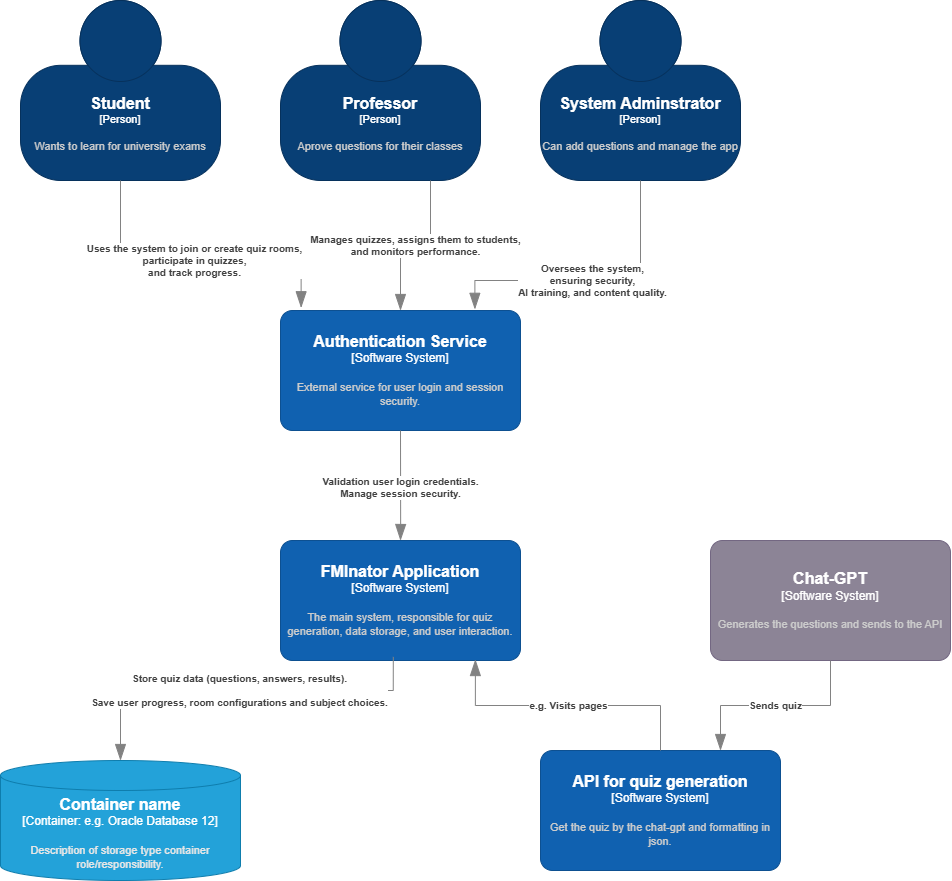
Above: Backlog/system-diagram.drawio.png in sirbuig/FMINATORUL (draw.io), before the change. Source tidied: cells renumbered, new cells last; positions are measured from the earlier drawing's top-left corner, leaving out a move shared by most shapes.
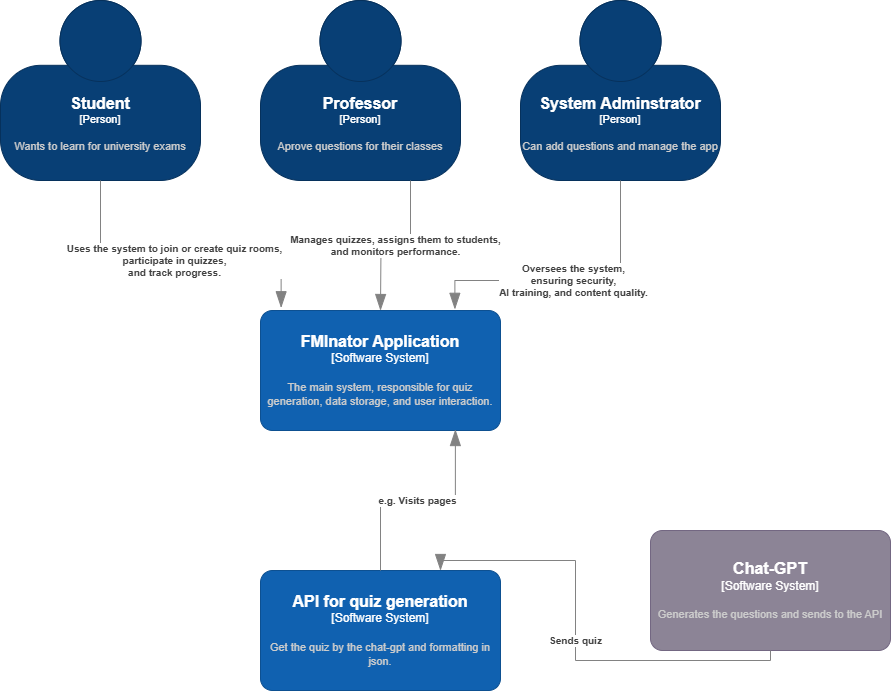
The same file after the commit.

Commit message:
Added all the diagrams for the project (#16)

The edit, as a diff of the source:
```diff
@@ -17,19 +17,17 @@
         <mxGeometry x="540" width="200" height="180" as="geometry" />
       </mxCell>
     </object>
-    <object id="5" label="&lt;font style=&quot;font-size: 16px&quot;&gt;&lt;b&gt;%c4Name%&lt;/b&gt;&lt;/font&gt;&lt;div&gt;[%c4Type%]&lt;/div&gt;&lt;br&gt;&lt;div&gt;&lt;font style=&quot;font-size: 11px&quot;&gt;&lt;font color=&quot;#cccccc&quot;&gt;%c4Description%&lt;/font&gt;&lt;/div&gt;" c4Description="External service for user login and session security." c4Name="Authentication Service" c4Type="Software System" placeholders="1">
-      <mxCell style="rounded=1;whiteSpace=wrap;html=1;labelBackgroundColor=none;fillColor=#1061B0;fontColor=#ffffff;align=center;arcSize=10;strokeColor=#0D5091;points=[[0.25,0,0],[0.5,0,0],[0.75,0,0],[1,0.25,0],[1,0.5,0],[1,0.75,0],[0.75,1,0],[0.5,1,0],[0.25,1,0],[0,0.75,0],[0,0.5,0],[0,0.25,0]];" parent="1" vertex="1">
-        <mxGeometry x="280" y="310" width="240" height="120" as="geometry" />
-      </mxCell>
-    </object>
     <object id="6" label="&lt;div style=&quot;text-align: left&quot;&gt;&lt;div style=&quot;text-align: center&quot;&gt;&lt;b&gt;%c4Description%&lt;/b&gt;&lt;/div&gt;" c4Description="Manages quizzes, assigns them to students, &#10;and monitors performance." c4Type="Relationship" placeholders="1">
-      <mxCell style="endArrow=blockThin;html=1;fontSize=10;fontColor=#404040;strokeWidth=1;endFill=1;strokeColor=#828282;elbow=vertical;endSize=14;startSize=14;jumpStyle=arc;jumpSize=16;rounded=0;edgeStyle=orthogonalEdgeStyle;exitX=0.75;exitY=1;exitDx=0;exitDy=0;exitPerimeter=0;entryX=0.5;entryY=0;entryDx=0;entryDy=0;entryPerimeter=0;" parent="1" edge="1" source="3" target="5">
-        <mxGeometry relative="1" as="geometry" />
+      <mxCell style="endArrow=blockThin;html=1;fontSize=10;fontColor=#404040;strokeWidth=1;endFill=1;strokeColor=#828282;elbow=vertical;endSize=14;startSize=14;jumpStyle=arc;jumpSize=16;rounded=0;edgeStyle=orthogonalEdgeStyle;exitX=0.75;exitY=1;exitDx=0;exitDy=0;exitPerimeter=0;entryX=0.5;entryY=0;entryDx=0;entryDy=0;entryPerimeter=0;" parent="1" edge="1" source="3">
+        <mxGeometry relative="1" as="geometry">
+          <mxPoint x="400" y="310" as="targetPoint" />
+        </mxGeometry>
       </mxCell>
     </object>
     <object id="7" label="&lt;div style=&quot;text-align: left&quot;&gt;&lt;div style=&quot;text-align: center&quot;&gt;&lt;b&gt;%c4Description%&lt;/b&gt;&lt;/div&gt;" c4Description=" Uses the system to join or create quiz rooms, &#10;participate in quizzes, &#10;and track progress." c4Type="Relationship" placeholders="1">
-      <mxCell style="endArrow=blockThin;html=1;fontSize=10;fontColor=#404040;strokeWidth=1;endFill=1;strokeColor=#828282;elbow=vertical;endSize=14;startSize=14;jumpStyle=arc;jumpSize=16;rounded=0;edgeStyle=orthogonalEdgeStyle;exitX=0.5;exitY=1;exitDx=0;exitDy=0;exitPerimeter=0;entryX=0.086;entryY=-0.023;entryDx=0;entryDy=0;entryPerimeter=0;" parent="1" edge="1" source="2" target="5">
+      <mxCell style="endArrow=blockThin;html=1;fontSize=10;fontColor=#404040;strokeWidth=1;endFill=1;strokeColor=#828282;elbow=vertical;endSize=14;startSize=14;jumpStyle=arc;jumpSize=16;rounded=0;edgeStyle=orthogonalEdgeStyle;exitX=0.5;exitY=1;exitDx=0;exitDy=0;exitPerimeter=0;entryX=0.086;entryY=-0.023;entryDx=0;entryDy=0;entryPerimeter=0;" parent="1" edge="1" source="2">
         <mxGeometry relative="1" as="geometry">
+          <mxPoint x="300.6" y="307.2" as="targetPoint" />
           <Array as="points">
             <mxPoint x="120" y="260" />
             <mxPoint x="301" y="260" />
@@ -38,8 +36,9 @@
       </mxCell>
     </object>
     <object id="8" label="&lt;div style=&quot;text-align: left&quot;&gt;&lt;div style=&quot;text-align: center&quot;&gt;&lt;b&gt;%c4Description%&lt;/b&gt;&lt;/div&gt;" c4Description="Oversees the system, &#10;ensuring security,&#10; AI training, and content quality." c4Type="Relationship" placeholders="1">
-      <mxCell style="endArrow=blockThin;html=1;fontSize=10;fontColor=#404040;strokeWidth=1;endFill=1;strokeColor=#828282;elbow=vertical;endSize=14;startSize=14;jumpStyle=arc;jumpSize=16;rounded=0;edgeStyle=orthogonalEdgeStyle;exitX=0.5;exitY=1;exitDx=0;exitDy=0;exitPerimeter=0;entryX=0.81;entryY=-0.01;entryDx=0;entryDy=0;entryPerimeter=0;" parent="1" edge="1" source="4" target="5">
+      <mxCell style="endArrow=blockThin;html=1;fontSize=10;fontColor=#404040;strokeWidth=1;endFill=1;strokeColor=#828282;elbow=vertical;endSize=14;startSize=14;jumpStyle=arc;jumpSize=16;rounded=0;edgeStyle=orthogonalEdgeStyle;exitX=0.5;exitY=1;exitDx=0;exitDy=0;exitPerimeter=0;entryX=0.81;entryY=-0.01;entryDx=0;entryDy=0;entryPerimeter=0;" parent="1" edge="1" source="4">
         <mxGeometry relative="1" as="geometry">
+          <mxPoint x="474.4" y="308.8" as="targetPoint" />
           <Array as="points">
             <mxPoint x="640" y="280" />
             <mxPoint x="474" y="280" />
@@ -47,47 +46,29 @@
         </mxGeometry>
       </mxCell>
     </object>
-    <object id="9" label="&lt;div style=&quot;text-align: left&quot;&gt;&lt;div style=&quot;text-align: center&quot;&gt;&lt;b&gt;%c4Description%&lt;/b&gt;&lt;/div&gt;" c4Description="Validation user login credentials. &#10;Manage session security." c4Type="Relationship" placeholders="1">
-      <mxCell style="endArrow=blockThin;html=1;fontSize=10;fontColor=#404040;strokeWidth=1;endFill=1;strokeColor=#828282;elbow=vertical;endSize=14;startSize=14;jumpStyle=arc;jumpSize=16;rounded=0;edgeStyle=orthogonalEdgeStyle;" parent="1" edge="1" target="10">
-        <mxGeometry x="0.02" relative="1" as="geometry">
-          <mxPoint x="400" y="430" as="sourcePoint" />
-          <mxPoint y="1" as="offset" />
-        </mxGeometry>
-      </mxCell>
-    </object>
     <object id="10" label="&lt;font style=&quot;font-size: 16px&quot;&gt;&lt;b&gt;%c4Name%&lt;/b&gt;&lt;/font&gt;&lt;div&gt;[%c4Type%]&lt;/div&gt;&lt;br&gt;&lt;div&gt;&lt;font style=&quot;font-size: 11px&quot;&gt;&lt;font color=&quot;#cccccc&quot;&gt;%c4Description%&lt;/font&gt;&lt;/div&gt;" c4Description="The main system, responsible for quiz generation, data storage, and user interaction." c4Name="FMInator Application" c4Type="Software System" placeholders="1">
       <mxCell style="rounded=1;whiteSpace=wrap;html=1;labelBackgroundColor=none;fillColor=#1061B0;fontColor=#ffffff;align=center;arcSize=10;strokeColor=#0D5091;points=[[0.25,0,0],[0.5,0,0],[0.75,0,0],[1,0.25,0],[1,0.5,0],[1,0.75,0],[0.75,1,0],[0.5,1,0],[0.25,1,0],[0,0.75,0],[0,0.5,0],[0,0.25,0]];" parent="1" vertex="1">
-        <mxGeometry x="280" y="540" width="240" height="120" as="geometry" />
+        <mxGeometry x="280" y="310" width="240" height="120" as="geometry" />
       </mxCell>
     </object>
-    <object id="11" label="&lt;font style=&quot;font-size: 16px&quot;&gt;&lt;b&gt;%c4Name%&lt;/b&gt;&lt;/font&gt;&lt;div&gt;[%c4Type%:&amp;nbsp;%c4Technology%]&lt;/div&gt;&lt;br&gt;&lt;div&gt;&lt;font style=&quot;font-size: 11px&quot;&gt;&lt;font color=&quot;#E6E6E6&quot;&gt;%c4Description%&lt;/font&gt;&lt;/div&gt;" c4Description="Description of storage type container role/responsibility." c4Name="Container name" c4Technology="e.g. Oracle Database 12" c4Type="Container" placeholders="1">
-      <mxCell style="shape=cylinder3;size=15;whiteSpace=wrap;html=1;boundedLbl=1;rounded=0;labelBackgroundColor=none;fillColor=#23A2D9;fontSize=12;fontColor=#ffffff;align=center;strokeColor=#0E7DAD;points=[[0.5,0,0],[1,0.25,0],[1,0.5,0],[1,0.75,0],[0.5,1,0],[0,0.75,0],[0,0.5,0],[0,0.25,0]];" parent="1" vertex="1">
-        <mxGeometry y="760" width="240" height="120" as="geometry" />
-      </mxCell>
-    </object>
-    <object id="12" label="&lt;div style=&quot;text-align: left&quot;&gt;&lt;div style=&quot;text-align: center&quot;&gt;&lt;b&gt;%c4Description%&lt;/b&gt;&lt;/div&gt;" c4Description="Store quiz data (questions, answers, results).&#10;&#10;Save user progress, room configurations and subject choices." c4Type="Relationship" placeholders="1">
-      <mxCell style="endArrow=blockThin;html=1;fontSize=10;fontColor=#404040;strokeWidth=1;endFill=1;strokeColor=#828282;elbow=vertical;endSize=14;startSize=14;jumpStyle=arc;jumpSize=16;rounded=0;edgeStyle=orthogonalEdgeStyle;exitX=0.47;exitY=0.97;exitDx=0;exitDy=0;exitPerimeter=0;entryX=0.5;entryY=0;entryDx=0;entryDy=0;entryPerimeter=0;" parent="1" edge="1" source="10" target="11">
-        <mxGeometry relative="1" as="geometry">
-          <Array as="points">
-            <mxPoint x="393" y="690" />
-            <mxPoint x="120" y="690" />
-          </Array>
-        </mxGeometry>
-      </mxCell>
-    </object>
     <object id="13" label="&lt;font style=&quot;font-size: 16px&quot;&gt;&lt;b&gt;%c4Name%&lt;/b&gt;&lt;/font&gt;&lt;div&gt;[%c4Type%]&lt;/div&gt;&lt;br&gt;&lt;div&gt;&lt;font style=&quot;font-size: 11px&quot;&gt;&lt;font color=&quot;#cccccc&quot;&gt;%c4Description%&lt;/font&gt;&lt;/div&gt;" c4Description="Get the quiz by the chat-gpt and formatting in json. " c4Name="API for quiz generation" c4Type="Software System" placeholders="1">
       <mxCell style="rounded=1;whiteSpace=wrap;html=1;labelBackgroundColor=none;fillColor=#1061B0;fontColor=#ffffff;align=center;arcSize=10;strokeColor=#0D5091;points=[[0.25,0,0],[0.5,0,0],[0.75,0,0],[1,0.25,0],[1,0.5,0],[1,0.75,0],[0.75,1,0],[0.5,1,0],[0.25,1,0],[0,0.75,0],[0,0.5,0],[0,0.25,0]];" parent="1" vertex="1">
-        <mxGeometry x="540" y="750" width="240" height="120" as="geometry" />
+        <mxGeometry x="280" y="570" width="240" height="120" as="geometry" />
       </mxCell>
     </object>
     <object id="14" label="&lt;div style=&quot;text-align: left&quot;&gt;&lt;div style=&quot;text-align: center&quot;&gt;&lt;b&gt;%c4Description%&lt;/b&gt;&lt;/div&gt;" c4Description="e.g. Visits pages" c4Type="Relationship" placeholders="1">
       <mxCell style="endArrow=blockThin;html=1;fontSize=10;fontColor=#404040;strokeWidth=1;endFill=1;strokeColor=#828282;elbow=vertical;endSize=14;startSize=14;jumpStyle=arc;jumpSize=16;rounded=0;edgeStyle=orthogonalEdgeStyle;exitX=0.5;exitY=0;exitDx=0;exitDy=0;exitPerimeter=0;entryX=0.812;entryY=0.992;entryDx=0;entryDy=0;entryPerimeter=0;" parent="1" edge="1" source="13" target="10">
-        <mxGeometry relative="1" as="geometry" />
+        <mxGeometry relative="1" as="geometry">
+          <Array as="points">
+            <mxPoint x="400" y="500" />
+            <mxPoint x="475" y="500" />
+          </Array>
+        </mxGeometry>
       </mxCell>
     </object>
     <object id="15" label="&lt;font style=&quot;font-size: 16px&quot;&gt;&lt;b&gt;%c4Name%&lt;/b&gt;&lt;/font&gt;&lt;div&gt;[%c4Type%]&lt;/div&gt;&lt;br&gt;&lt;div&gt;&lt;font style=&quot;font-size: 11px&quot;&gt;&lt;font color=&quot;#cccccc&quot;&gt;%c4Description%&lt;/font&gt;&lt;/div&gt;" c4Description="Generates the questions and sends to the API" c4Name="Chat-GPT" c4Type="Software System" placeholders="1">
       <mxCell style="rounded=1;whiteSpace=wrap;html=1;labelBackgroundColor=none;fillColor=#8C8496;fontColor=#ffffff;align=center;arcSize=10;strokeColor=#736782;points=[[0.25,0,0],[0.5,0,0],[0.75,0,0],[1,0.25,0],[1,0.5,0],[1,0.75,0],[0.75,1,0],[0.5,1,0],[0.25,1,0],[0,0.75,0],[0,0.5,0],[0,0.25,0]];" parent="1" vertex="1">
-        <mxGeometry x="710" y="540" width="240" height="120" as="geometry" />
+        <mxGeometry x="670" y="530" width="240" height="120" as="geometry" />
       </mxCell>
     </object>
     <object id="16" label="&lt;div style=&quot;text-align: left&quot;&gt;&lt;div style=&quot;text-align: center&quot;&gt;&lt;b&gt;%c4Description%&lt;/b&gt;&lt;/div&gt;" c4Description="Sends quiz" c4Type="Relationship" placeholders="1">
```
